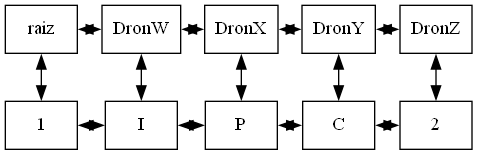
Before: matriz.png, a diagram exported from Graphviz (Juanj098/IPC2_PROYECTO2_201900532). Its source is kept beside it as matriz.dot.
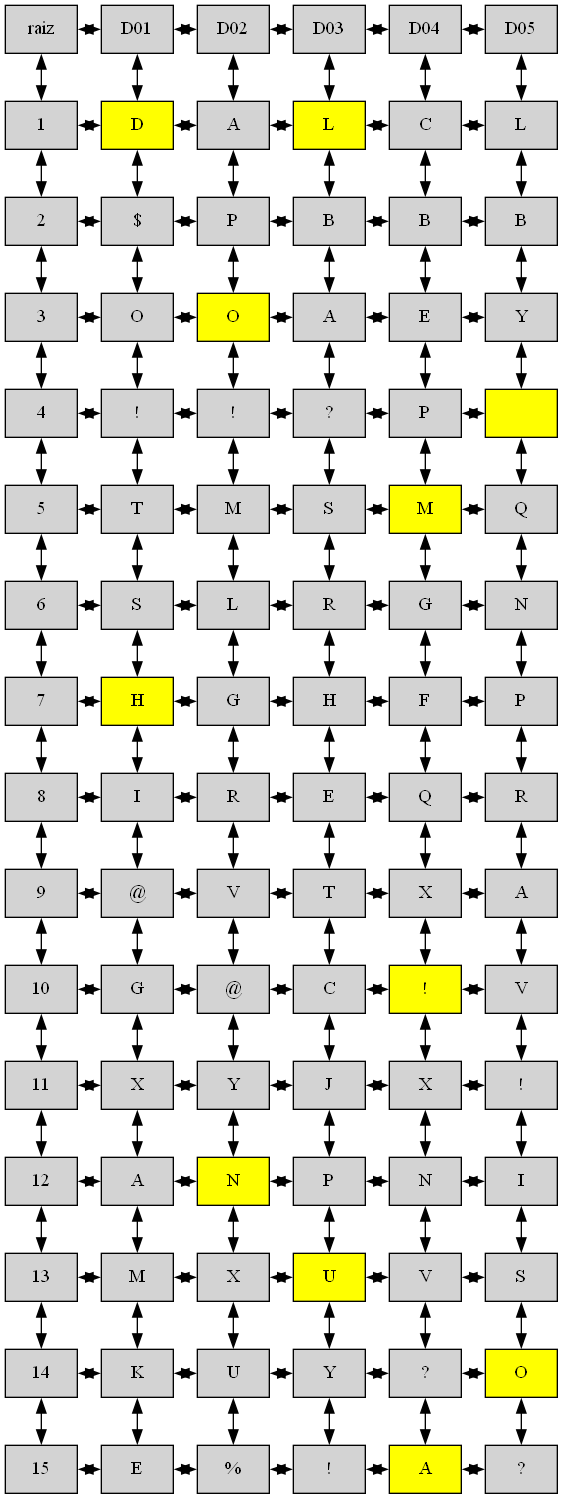
The same diagram one commit later.

Change to the diagram source:
```diff
@@ -1,38 +1,310 @@
 digraph MatrizCapa{
- node[shape=box]
+ node[shape=box,style = filled]
  rankdir = UD;
  {rank = min;
 nodo00[label="raiz", rankdir=LR, group="0"];
-nodo30[label="DronW", rankdir=LR, group="3"];
-nodo40[label="DronX", rankdir=LR, group="4"];
-nodo50[label="DronY", rankdir=LR, group="5"];
-nodo60[label="DronZ", rankdir=LR, group="6"];
+nodo20[label="D01", rankdir=LR, group="2"];
+nodo30[label="D02", rankdir=LR, group="3"];
+nodo40[label="D03", rankdir=LR, group="4"];
+nodo50[label="D04", rankdir=LR, group="5"];
+nodo60[label="D05", rankdir=LR, group="6"];
 }
 {rank=same;
 nodo00[label="raiz",group="0"];
-nodo30[label="DronW",group="3"];
-nodo40[label="DronX",group="4"];
-nodo50[label="DronY",group="5"];
-nodo60[label="DronZ",group="6"];
+nodo20[label="D01",group="2"];
+nodo30[label="D02",group="3"];
+nodo40[label="D03",group="4"];
+nodo50[label="D04",group="5"];
+nodo60[label="D05",group="6"];
 }
 {rank=same;
 nodo02[label="1",group="0"];
-nodo32[label="I",group="3"];
-nodo42[label="P",group="4"];
+nodo22[label="D",group="2",fillcolor="yellow"];
+nodo32[label="A",group="3"];
+nodo42[label="L",group="4",fillcolor="yellow"];
 nodo52[label="C",group="5"];
-nodo62[label="2",group="6"];
+nodo62[label="L",group="6"];
 }
-nodo00 -> nodo30 [dir = both];
+{rank=same;
+nodo03[label="2",group="0"];
+nodo23[label="$",group="2"];
+nodo33[label="P",group="3"];
+nodo43[label="B",group="4"];
+nodo53[label="B",group="5"];
+nodo63[label="B",group="6"];
+}
+{rank=same;
+nodo04[label="3",group="0"];
+nodo24[label="O",group="2"];
+nodo34[label="O",group="3",fillcolor="yellow"];
+nodo44[label="A",group="4"];
+nodo54[label="E",group="5"];
+nodo64[label="Y",group="6"];
+}
+{rank=same;
+nodo05[label="4",group="0"];
+nodo25[label="!",group="2"];
+nodo35[label="!",group="3"];
+nodo45[label="?",group="4"];
+nodo55[label="P",group="5"];
+nodo65[label=" ",group="6",fillcolor="yellow"];
+}
+{rank=same;
+nodo06[label="5",group="0"];
+nodo26[label="T",group="2"];
+nodo36[label="M",group="3"];
+nodo46[label="S",group="4"];
+nodo56[label="M",group="5",fillcolor="yellow"];
+nodo66[label="Q",group="6"];
+}
+{rank=same;
+nodo07[label="6",group="0"];
+nodo27[label="S",group="2"];
+nodo37[label="L",group="3"];
+nodo47[label="R",group="4"];
+nodo57[label="G",group="5"];
+nodo67[label="N",group="6"];
+}
+{rank=same;
+nodo08[label="7",group="0"];
+nodo28[label="H",group="2",fillcolor="yellow"];
+nodo38[label="G",group="3"];
+nodo48[label="H",group="4"];
+nodo58[label="F",group="5"];
+nodo68[label="P",group="6"];
+}
+{rank=same;
+nodo09[label="8",group="0"];
+nodo29[label="I",group="2"];
+nodo39[label="R",group="3"];
+nodo49[label="E",group="4"];
+nodo59[label="Q",group="5"];
+nodo69[label="R",group="6"];
+}
+{rank=same;
+nodo010[label="9",group="0"];
+nodo210[label="@",group="2"];
+nodo310[label="V",group="3"];
+nodo410[label="T",group="4"];
+nodo510[label="X",group="5"];
+nodo610[label="A",group="6"];
+}
+{rank=same;
+nodo011[label="10",group="0"];
+nodo211[label="G",group="2"];
+nodo311[label="@",group="3"];
+nodo411[label="C",group="4"];
+nodo511[label="!",group="5",fillcolor="yellow"];
+nodo611[label="V",group="6"];
+}
+{rank=same;
+nodo012[label="11",group="0"];
+nodo212[label="X",group="2"];
+nodo312[label="Y",group="3"];
+nodo412[label="J",group="4"];
+nodo512[label="X",group="5"];
+nodo612[label="!",group="6"];
+}
+{rank=same;
+nodo013[label="12",group="0"];
+nodo213[label="A",group="2"];
+nodo313[label="N",group="3",fillcolor="yellow"];
+nodo413[label="P",group="4"];
+nodo513[label="N",group="5"];
+nodo613[label="I",group="6"];
+}
+{rank=same;
+nodo014[label="13",group="0"];
+nodo214[label="M",group="2"];
+nodo314[label="X",group="3"];
+nodo414[label="U",group="4",fillcolor="yellow"];
+nodo514[label="V",group="5"];
+nodo614[label="S",group="6"];
+}
+{rank=same;
+nodo015[label="14",group="0"];
+nodo215[label="K",group="2"];
+nodo315[label="U",group="3"];
+nodo415[label="Y",group="4"];
+nodo515[label="?",group="5"];
+nodo615[label="O",group="6",fillcolor="yellow"];
+}
+{rank=same;
+nodo016[label="15",group="0"];
+nodo216[label="E",group="2"];
+nodo316[label="%",group="3"];
+nodo416[label="!",group="4"];
+nodo516[label="A",group="5",fillcolor="yellow"];
+nodo616[label="?",group="6"];
+}
+nodo00 -> nodo20 [dir = both];
+nodo20 -> nodo30 [dir = both];
 nodo30 -> nodo40 [dir = both];
 nodo40 -> nodo50 [dir = both];
 nodo50 -> nodo60 [dir = both];
-nodo02 -> nodo32 [dir = both];
+nodo02 -> nodo22 [dir = both];
+nodo22 -> nodo32 [dir = both];
 nodo32 -> nodo42 [dir = both];
 nodo42 -> nodo52 [dir = both];
 nodo52 -> nodo62 [dir = both];
+nodo03 -> nodo23 [dir = both];
+nodo23 -> nodo33 [dir = both];
+nodo33 -> nodo43 [dir = both];
+nodo43 -> nodo53 [dir = both];
+nodo53 -> nodo63 [dir = both];
+nodo04 -> nodo24 [dir = both];
+nodo24 -> nodo34 [dir = both];
+nodo34 -> nodo44 [dir = both];
+nodo44 -> nodo54 [dir = both];
+nodo54 -> nodo64 [dir = both];
+nodo05 -> nodo25 [dir = both];
+nodo25 -> nodo35 [dir = both];
+nodo35 -> nodo45 [dir = both];
+nodo45 -> nodo55 [dir = both];
+nodo55 -> nodo65 [dir = both];
+nodo06 -> nodo26 [dir = both];
+nodo26 -> nodo36 [dir = both];
+nodo36 -> nodo46 [dir = both];
+nodo46 -> nodo56 [dir = both];
+nodo56 -> nodo66 [dir = both];
+nodo07 -> nodo27 [dir = both];
+nodo27 -> nodo37 [dir = both];
+nodo37 -> nodo47 [dir = both];
+nodo47 -> nodo57 [dir = both];
+nodo57 -> nodo67 [dir = both];
+nodo08 -> nodo28 [dir = both];
+nodo28 -> nodo38 [dir = both];
+nodo38 -> nodo48 [dir = both];
+nodo48 -> nodo58 [dir = both];
+nodo58 -> nodo68 [dir = both];
+nodo09 -> nodo29 [dir = both];
+nodo29 -> nodo39 [dir = both];
+nodo39 -> nodo49 [dir = both];
+nodo49 -> nodo59 [dir = both];
+nodo59 -> nodo69 [dir = both];
+nodo010 -> nodo210 [dir = both];
+nodo210 -> nodo310 [dir = both];
+nodo310 -> nodo410 [dir = both];
+nodo410 -> nodo510 [dir = both];
+nodo510 -> nodo610 [dir = both];
+nodo011 -> nodo211 [dir = both];
+nodo211 -> nodo311 [dir = both];
+nodo311 -> nodo411 [dir = both];
+nodo411 -> nodo511 [dir = both];
+nodo511 -> nodo611 [dir = both];
+nodo012 -> nodo212 [dir = both];
+nodo212 -> nodo312 [dir = both];
+nodo312 -> nodo412 [dir = both];
+nodo412 -> nodo512 [dir = both];
+nodo512 -> nodo612 [dir = both];
+nodo013 -> nodo213 [dir = both];
+nodo213 -> nodo313 [dir = both];
+nodo313 -> nodo413 [dir = both];
+nodo413 -> nodo513 [dir = both];
+nodo513 -> nodo613 [dir = both];
+nodo014 -> nodo214 [dir = both];
+nodo214 -> nodo314 [dir = both];
+nodo314 -> nodo414 [dir = both];
+nodo414 -> nodo514 [dir = both];
+nodo514 -> nodo614 [dir = both];
+nodo015 -> nodo215 [dir = both];
+nodo215 -> nodo315 [dir = both];
+nodo315 -> nodo415 [dir = both];
+nodo415 -> nodo515 [dir = both];
+nodo515 -> nodo615 [dir = both];
+nodo016 -> nodo216 [dir = both];
+nodo216 -> nodo316 [dir = both];
+nodo316 -> nodo416 [dir = both];
+nodo416 -> nodo516 [dir = both];
+nodo516 -> nodo616 [dir = both];
 nodo00 -> nodo02 [dir = both];
+nodo02 -> nodo03 [dir = both];
+nodo03 -> nodo04 [dir = both];
+nodo04 -> nodo05 [dir = both];
+nodo05 -> nodo06 [dir = both];
+nodo06 -> nodo07 [dir = both];
+nodo07 -> nodo08 [dir = both];
+nodo08 -> nodo09 [dir = both];
+nodo09 -> nodo010 [dir = both];
+nodo010 -> nodo011 [dir = both];
+nodo011 -> nodo012 [dir = both];
+nodo012 -> nodo013 [dir = both];
+nodo013 -> nodo014 [dir = both];
+nodo014 -> nodo015 [dir = both];
+nodo015 -> nodo016 [dir = both];
+nodo20 -> nodo22 [dir = both];
+nodo22 -> nodo23 [dir = both];
+nodo23 -> nodo24 [dir = both];
+nodo24 -> nodo25 [dir = both];
+nodo25 -> nodo26 [dir = both];
+nodo26 -> nodo27 [dir = both];
+nodo27 -> nodo28 [dir = both];
+nodo28 -> nodo29 [dir = both];
+nodo29 -> nodo210 [dir = both];
+nodo210 -> nodo211 [dir = both];
+nodo211 -> nodo212 [dir = both];
+nodo212 -> nodo213 [dir = both];
+nodo213 -> nodo214 [dir = both];
+nodo214 -> nodo215 [dir = both];
+nodo215 -> nodo216 [dir = both];
 nodo30 -> nodo32 [dir = both];
+nodo32 -> nodo33 [dir = both];
+nodo33 -> nodo34 [dir = both];
+nodo34 -> nodo35 [dir = both];
+nodo35 -> nodo36 [dir = both];
+nodo36 -> nodo37 [dir = both];
+nodo37 -> nodo38 [dir = both];
+nodo38 -> nodo39 [dir = both];
+nodo39 -> nodo310 [dir = both];
+nodo310 -> nodo311 [dir = both];
+nodo311 -> nodo312 [dir = both];
+nodo312 -> nodo313 [dir = both];
+nodo313 -> nodo314 [dir = both];
+nodo314 -> nodo315 [dir = both];
+nodo315 -> nodo316 [dir = both];
 nodo40 -> nodo42 [dir = both];
+nodo42 -> nodo43 [dir = both];
+nodo43 -> nodo44 [dir = both];
+nodo44 -> nodo45 [dir = both];
+nodo45 -> nodo46 [dir = both];
+nodo46 -> nodo47 [dir = both];
+nodo47 -> nodo48 [dir = both];
+nodo48 -> nodo49 [dir = both];
+nodo49 -> nodo410 [dir = both];
+nodo410 -> nodo411 [dir = both];
+nodo411 -> nodo412 [dir = both];
+nodo412 -> nodo413 [dir = both];
+nodo413 -> nodo414 [dir = both];
+nodo414 -> nodo415 [dir = both];
+nodo415 -> nodo416 [dir = both];
 nodo50 -> nodo52 [dir = both];
+nodo52 -> nodo53 [dir = both];
+nodo53 -> nodo54 [dir = both];
+nodo54 -> nodo55 [dir = both];
+nodo55 -> nodo56 [dir = both];
+nodo56 -> nodo57 [dir = both];
+nodo57 -> nodo58 [dir = both];
+nodo58 -> nodo59 [dir = both];
+nodo59 -> nodo510 [dir = both];
+nodo510 -> nodo511 [dir = both];
+nodo511 -> nodo512 [dir = both];
+nodo512 -> nodo513 [dir = both];
+nodo513 -> nodo514 [dir = both];
+nodo514 -> nodo515 [dir = both];
+nodo515 -> nodo516 [dir = both];
 nodo60 -> nodo62 [dir = both];
+nodo62 -> nodo63 [dir = both];
+nodo63 -> nodo64 [dir = both];
+nodo64 -> nodo65 [dir = both];
+nodo65 -> nodo66 [dir = both];
+nodo66 -> nodo67 [dir = both];
+nodo67 -> nodo68 [dir = both];
+nodo68 -> nodo69 [dir = both];
+nodo69 -> nodo610 [dir = both];
+nodo610 -> nodo611 [dir = both];
+nodo611 -> nodo612 [dir = both];
+nodo612 -> nodo613 [dir = both];
+nodo613 -> nodo614 [dir = both];
+nodo614 -> nodo615 [dir = both];
+nodo615 -> nodo616 [dir = both];
 }
```
